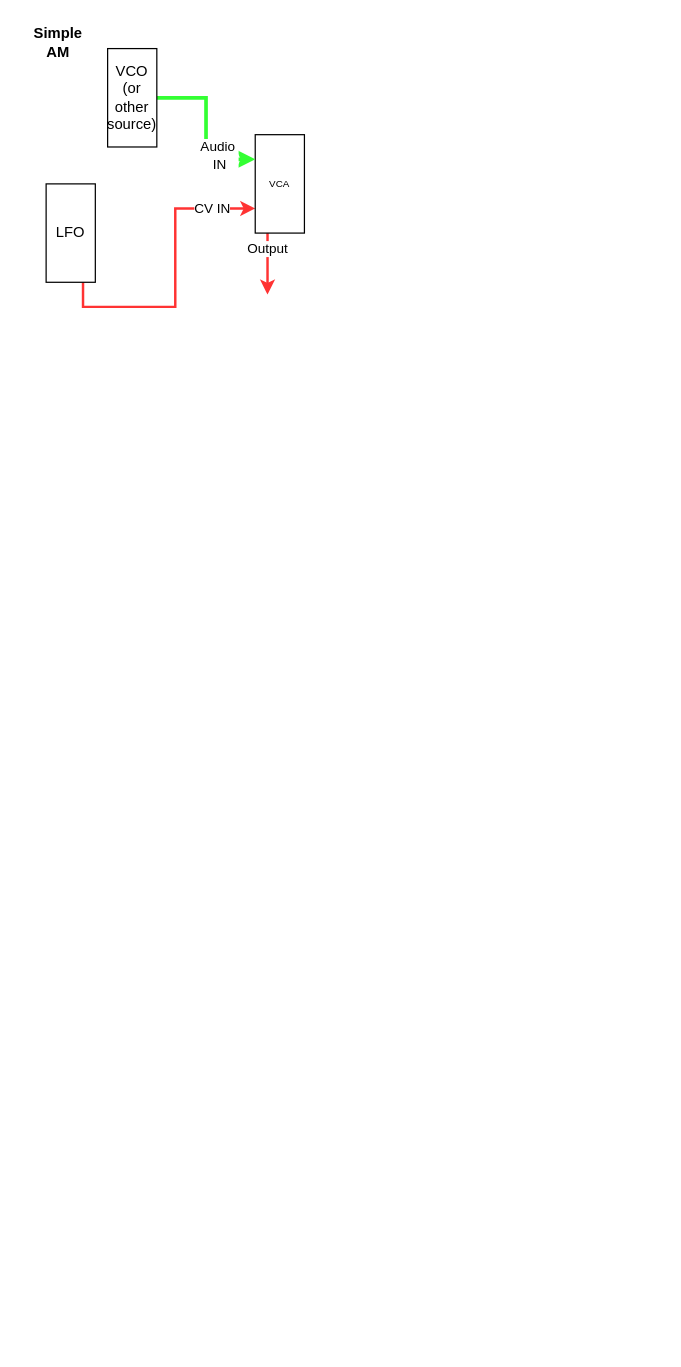
This is 05-Analog-Synthesis/04-Modulation/patches/Simple_AM.drawio from SEM-Mozarteum/sem-meko, a draw.io file, before an edit. Source tidied: cells renumbered, new cells numbered last; positions are measured from the earlier drawing's top-left corner, leaving out a move shared by most shapes. Both pictures are drawn from the tidied source at 123%, with x=0, y=0 at pixel (21, 23).
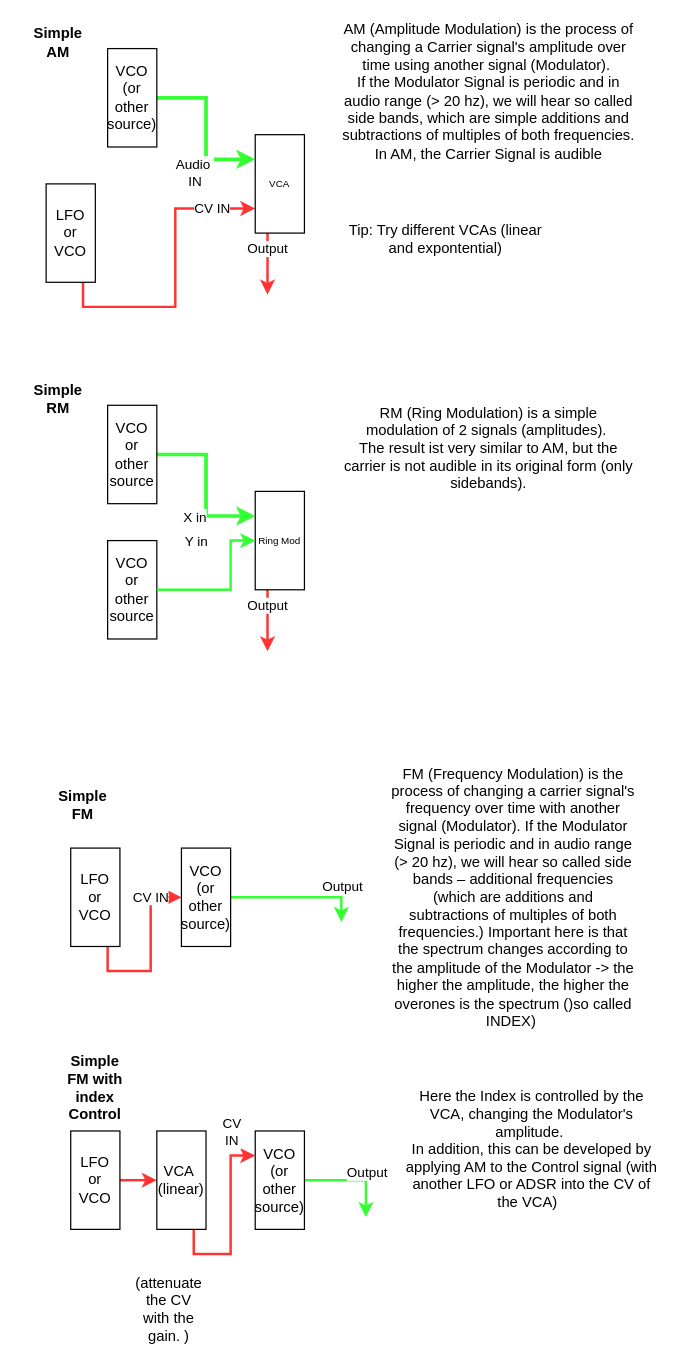
The same diagram, later.

Unchanged cells that the change refers to:
```xml
<mxCell id="9" style="edgeStyle=orthogonalEdgeStyle;rounded=0;jettySize=auto;html=1;exitX=0.5;exitY=0;exitDx=0;exitDy=0;entryX=0.25;entryY=1;entryDx=0;entryDy=0;strokeColor=#33FF33;strokeWidth=3;" parent="1" edge="1" source="11" target="8">
  <mxGeometry relative="1" as="geometry" />
</mxCell>
```

Diff of the diagram source:
```diff
@@
-    <mxCell id="5" value="LFO" style="rounded=0;whiteSpace=wrap;html=1;direction=south;" parent="1" vertex="1">
+    <mxCell id="5" value="LFO&lt;div&gt;or VCO&lt;/div&gt;" style="rounded=0;whiteSpace=wrap;html=1;direction=south;" parent="1" vertex="1">
       <mxGeometry x="20" y="130" width="40" height="80" as="geometry" />
     </mxCell>
@@
     <mxCell id="10" value="Audio&amp;nbsp;&lt;div&gt;IN&lt;/div&gt;" style="edgeLabel;html=1;align=center;verticalAlign=middle;" parent="9" vertex="1">
       <mxGeometry x="0.67" y="4" relative="1" as="geometry">
-        <mxPoint x="-9" as="offset" />
+        <mxPoint x="-29" y="14" as="offset" />
       </mxGeometry>
     </mxCell>
@@
+    <mxCell id="12" value="AM (Amplitude Modulation) is the process of changing a Carrier signal's amplitude over time using another signal (Modulator).&amp;nbsp;&lt;div&gt;If the Modulator Signal is periodic and in audio range (&amp;gt; 20 hz), we will hear so called side bands, which are simple additions and subtractions of multiples of both frequencies.&lt;/div&gt;&lt;div&gt;In AM, the Carrier Signal is audible&lt;/div&gt;" style="text;html=1;whiteSpace=wrap;strokeColor=none;fillColor=none;align=center;verticalAlign=middle;rounded=0;" parent="1" vertex="1">
+      <mxGeometry x="260" y="40" width="240" height="30" as="geometry" />
+    </mxCell>
+    <mxCell id="13" value="Simple RM" style="text;html=1;whiteSpace=wrap;strokeColor=none;fillColor=none;align=center;verticalAlign=middle;rounded=0;fontStyle=1;" parent="1" vertex="1">
+      <mxGeometry y="290" width="60" height="30" as="geometry" />
+    </mxCell>
+    <mxCell id="14" value="VCO or other source" style="rounded=0;whiteSpace=wrap;html=1;direction=south;" parent="1" vertex="1">
+      <mxGeometry x="70" y="420" width="40" height="80" as="geometry" />
+    </mxCell>
+    <mxCell id="15" style="edgeStyle=orthogonalEdgeStyle;rounded=0;jettySize=auto;html=1;exitX=1;exitY=0.75;exitDx=0;exitDy=0;fontColor=#FF3333;strokeColor=#FF3333;strokeWidth=2;" parent="1" edge="1" source="17">
+      <mxGeometry relative="1" as="geometry">
+        <mxPoint x="200" y="510" as="targetPoint" />
+      </mxGeometry>
+    </mxCell>
+    <mxCell id="16" value="Output" style="edgeLabel;html=1;align=center;verticalAlign=middle;" parent="15" vertex="1">
+      <mxGeometry x="-0.54" y="-1" relative="1" as="geometry" />
+    </mxCell>
+    <mxCell id="17" value="Ring Mod" style="rounded=0;whiteSpace=wrap;html=1;direction=south;fontSize=8;" parent="1" vertex="1">
+      <mxGeometry x="190" y="380" width="40" height="80" as="geometry" />
+    </mxCell>
+    <mxCell id="18" style="edgeStyle=orthogonalEdgeStyle;rounded=0;jettySize=auto;html=1;exitX=0.5;exitY=0;exitDx=0;exitDy=0;entryX=0.25;entryY=1;entryDx=0;entryDy=0;strokeColor=#33FF33;strokeWidth=3;" parent="1" edge="1" source="20" target="17">
+      <mxGeometry relative="1" as="geometry" />
+    </mxCell>
+    <mxCell id="19" value="X in" style="edgeLabel;html=1;align=center;verticalAlign=middle;" parent="18" vertex="1">
+      <mxGeometry x="0.67" y="4" relative="1" as="geometry">
+        <mxPoint x="-29" y="4" as="offset" />
+      </mxGeometry>
+    </mxCell>
+    <mxCell id="20" value="VCO or other source" style="rounded=0;whiteSpace=wrap;html=1;direction=south;" parent="1" vertex="1">
+      <mxGeometry x="70" y="310" width="40" height="80" as="geometry" />
+    </mxCell>
+    <mxCell id="21" value="RM (Ring Modulation) is a simple modulation of 2 signals (amplitudes).&amp;nbsp;&lt;br&gt;The result ist very similar to AM, but the carrier is not audible in its original form (only sidebands)." style="text;html=1;whiteSpace=wrap;strokeColor=none;fillColor=none;align=center;verticalAlign=middle;rounded=0;" parent="1" vertex="1">
+      <mxGeometry x="260" y="330" width="240" height="30" as="geometry" />
+    </mxCell>
+    <mxCell id="22" style="edgeStyle=orthogonalEdgeStyle;rounded=0;jettySize=auto;html=1;entryX=0.5;entryY=1;entryDx=0;entryDy=0;strokeColor=#33FF33;strokeWidth=2;" parent="1" edge="1" target="17">
+      <mxGeometry relative="1" as="geometry">
+        <mxPoint x="110" y="460" as="sourcePoint" />
+        <Array as="points">
+          <mxPoint x="110" y="460" />
+          <mxPoint x="170" y="460" />
+          <mxPoint x="170" y="420" />
+        </Array>
+      </mxGeometry>
+    </mxCell>
+    <mxCell id="23" value="Y in" style="edgeLabel;html=1;align=center;verticalAlign=middle;" parent="22" vertex="1">
+      <mxGeometry x="0.67" y="4" relative="1" as="geometry">
+        <mxPoint x="-29" y="4" as="offset" />
+      </mxGeometry>
+    </mxCell>
+    <mxCell id="24" value="Tip: Try different VCAs (linear and expontential)" style="text;html=1;whiteSpace=wrap;strokeColor=none;fillColor=none;align=center;verticalAlign=middle;rounded=0;" parent="1" vertex="1">
+      <mxGeometry x="260" y="160" width="170" height="30" as="geometry" />
+    </mxCell>
+    <mxCell id="25" value="Simple FM" style="text;html=1;whiteSpace=wrap;strokeColor=none;fillColor=none;align=center;verticalAlign=middle;rounded=0;fontStyle=1;" parent="1" vertex="1">
+      <mxGeometry x="20" y="620" width="60" height="30" as="geometry" />
+    </mxCell>
+    <mxCell id="26" style="edgeStyle=orthogonalEdgeStyle;rounded=0;jettySize=auto;html=1;exitX=1;exitY=0.25;exitDx=0;exitDy=0;entryX=0.5;entryY=1;entryDx=0;entryDy=0;fontColor=#FF3333;strokeColor=#FF3333;strokeWidth=2;" parent="1" edge="1" source="28" target="31">
+      <mxGeometry relative="1" as="geometry" />
+    </mxCell>
+    <mxCell id="27" value="CV IN" style="edgeLabel;html=1;align=center;verticalAlign=middle;" parent="26" vertex="1">
+      <mxGeometry x="0.79" y="1" relative="1" as="geometry">
+        <mxPoint x="-11" as="offset" />
+      </mxGeometry>
+    </mxCell>
+    <mxCell id="28" value="LFO&lt;div&gt;or VCO&lt;/div&gt;" style="rounded=0;whiteSpace=wrap;html=1;direction=south;" parent="1" vertex="1">
+      <mxGeometry x="40" y="670" width="40" height="80" as="geometry" />
+    </mxCell>
+    <mxCell id="29" style="edgeStyle=orthogonalEdgeStyle;rounded=0;jettySize=auto;html=1;exitX=0.5;exitY=0;exitDx=0;exitDy=0;strokeColor=#33FF33;strokeWidth=2;" parent="1" edge="1" source="31">
+      <mxGeometry relative="1" as="geometry">
+        <mxPoint x="260" y="730" as="targetPoint" />
+        <Array as="points">
+          <mxPoint x="260" y="710" />
+        </Array>
+      </mxGeometry>
+    </mxCell>
+    <mxCell id="30" value="Output" style="edgeLabel;html=1;align=center;verticalAlign=middle;" parent="29" vertex="1">
+      <mxGeometry x="0.67" y="4" relative="1" as="geometry">
+        <mxPoint x="-4" y="-12" as="offset" />
+      </mxGeometry>
+    </mxCell>
+    <mxCell id="31" value="VCO&lt;div&gt;(or other source)&lt;/div&gt;" style="rounded=0;whiteSpace=wrap;html=1;direction=south;" parent="1" vertex="1">
+      <mxGeometry x="130" y="670" width="40" height="80" as="geometry" />
+    </mxCell>
+    <mxCell id="32" value="FM (Frequency Modulation) is the process of changing a carrier signal's frequency over time with another signal (Modulator). If the Modulator Signal is periodic and in audio range (&amp;gt; 20 hz), we will hear so called side bands – additional frequencies (which are additions and subtractions of multiples of both frequencies.) Important here is that the spectrum changes according to the amplitude of the Modulator -&amp;gt; the higher the amplitude, the higher the overones is the spectrum ()so called INDEX)&amp;nbsp;" style="text;html=1;whiteSpace=wrap;strokeColor=none;fillColor=none;align=center;verticalAlign=middle;rounded=0;" parent="1" vertex="1">
+      <mxGeometry x="300" y="695" width="200" height="30" as="geometry" />
+    </mxCell>
+    <mxCell id="33" style="edgeStyle=orthogonalEdgeStyle;rounded=0;jettySize=auto;html=1;exitX=0.5;exitY=0;exitDx=0;exitDy=0;entryX=0.5;entryY=1;entryDx=0;entryDy=0;strokeColor=#FF3333;strokeWidth=2;" parent="1" edge="1" source="34" target="40">
+      <mxGeometry relative="1" as="geometry" />
+    </mxCell>
+    <mxCell id="34" value="LFO&lt;div&gt;or VCO&lt;/div&gt;" style="rounded=0;whiteSpace=wrap;html=1;direction=south;" parent="1" vertex="1">
+      <mxGeometry x="40" y="900" width="40" height="80" as="geometry" />
+    </mxCell>
+    <mxCell id="35" style="edgeStyle=orthogonalEdgeStyle;rounded=0;jettySize=auto;html=1;exitX=0.5;exitY=0;exitDx=0;exitDy=0;strokeColor=#33FF33;strokeWidth=2;" parent="1" edge="1" source="37">
+      <mxGeometry relative="1" as="geometry">
+        <mxPoint x="280" y="970" as="targetPoint" />
+        <Array as="points">
+          <mxPoint x="280" y="940" />
+        </Array>
+      </mxGeometry>
+    </mxCell>
+    <mxCell id="36" value="Output" style="edgeLabel;html=1;align=center;verticalAlign=middle;" parent="35" vertex="1">
+      <mxGeometry x="0.67" y="4" relative="1" as="geometry">
+        <mxPoint x="-4" y="-24" as="offset" />
+      </mxGeometry>
+    </mxCell>
+    <mxCell id="37" value="VCO&lt;div&gt;(or other source)&lt;/div&gt;" style="rounded=0;whiteSpace=wrap;html=1;direction=south;" parent="1" vertex="1">
+      <mxGeometry x="190" y="900" width="40" height="80" as="geometry" />
+    </mxCell>
+    <mxCell id="38" style="edgeStyle=orthogonalEdgeStyle;rounded=0;jettySize=auto;html=1;exitX=1;exitY=0.25;exitDx=0;exitDy=0;entryX=0.25;entryY=1;entryDx=0;entryDy=0;strokeColor=#FF3333;strokeWidth=2;" parent="1" edge="1" source="40" target="37">
+      <mxGeometry relative="1" as="geometry" />
+    </mxCell>
+    <mxCell id="39" value="CV&lt;div&gt;IN&lt;/div&gt;" style="edgeLabel;html=1;align=center;verticalAlign=middle;" parent="38" vertex="1">
+      <mxGeometry x="0.73" y="1" relative="1" as="geometry">
+        <mxPoint y="-19" as="offset" />
+      </mxGeometry>
+    </mxCell>
+    <mxCell id="40" value="&lt;div&gt;VCA&amp;nbsp;&lt;/div&gt;&lt;div&gt;(linear)&lt;/div&gt;" style="rounded=0;whiteSpace=wrap;html=1;direction=south;" parent="1" vertex="1">
+      <mxGeometry x="110" y="900" width="40" height="80" as="geometry" />
+    </mxCell>
+    <mxCell id="41" value="(attenuate&lt;div&gt;the CV&lt;/div&gt;&lt;div&gt;with the gain. )&lt;/div&gt;" style="text;html=1;whiteSpace=wrap;strokeColor=none;fillColor=none;align=center;verticalAlign=middle;rounded=0;" parent="1" vertex="1">
+      <mxGeometry x="90" y="1030" width="60" height="30" as="geometry" />
+    </mxCell>
+    <mxCell id="42" value="Simple FM with index Control" style="text;html=1;whiteSpace=wrap;strokeColor=none;fillColor=none;align=center;verticalAlign=middle;rounded=0;fontStyle=1;" parent="1" vertex="1">
+      <mxGeometry x="30" y="850" width="60" height="30" as="geometry" />
+    </mxCell>
+    <mxCell id="43" value="Here the Index is controlled by the VCA, changing the Modulator's amplitude.&amp;nbsp;&lt;br&gt;In addition, this can be developed by applying AM to the Control signal (with another LFO or ADSR into the CV of the VCA)&amp;nbsp;&amp;nbsp;" style="text;html=1;whiteSpace=wrap;strokeColor=none;fillColor=none;align=center;verticalAlign=middle;rounded=0;" parent="1" vertex="1">
+      <mxGeometry x="310" y="900" width="210" height="30" as="geometry" />
+    </mxCell>
```
